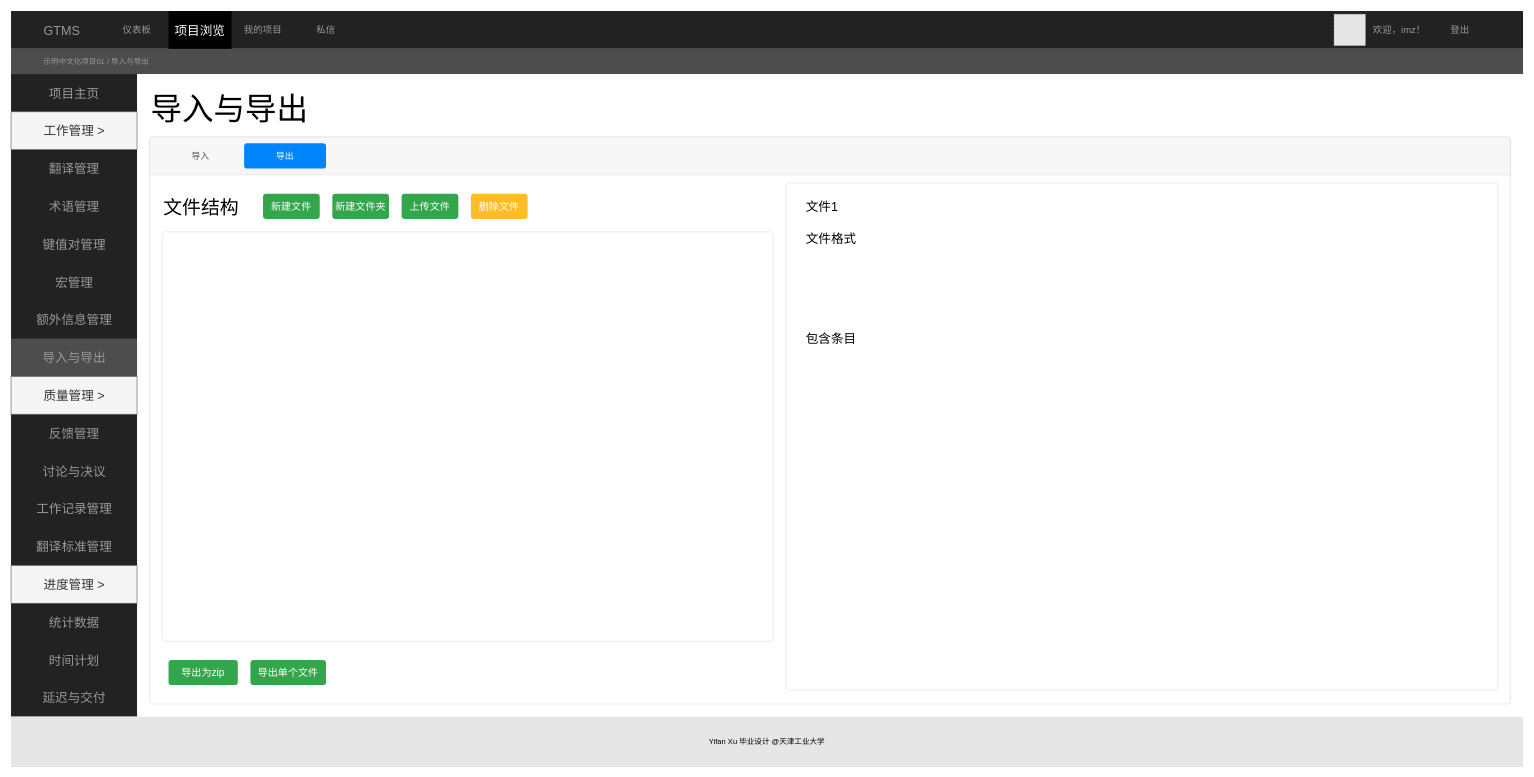
Above: 导入与导出界面.drawio in icemeowzhi/bach_final_diags (draw.io), before the change. Source tidied: cells renumbered, new cells numbered last; positions are measured from the earlier drawing's top-left corner, leaving out a move shared by most shapes. Both pictures are drawn from the tidied source at 63%, with x=0, y=0 at pixel (11, 11). Pictures stored in the file or linked from it are replaced by grey dashed boxes.
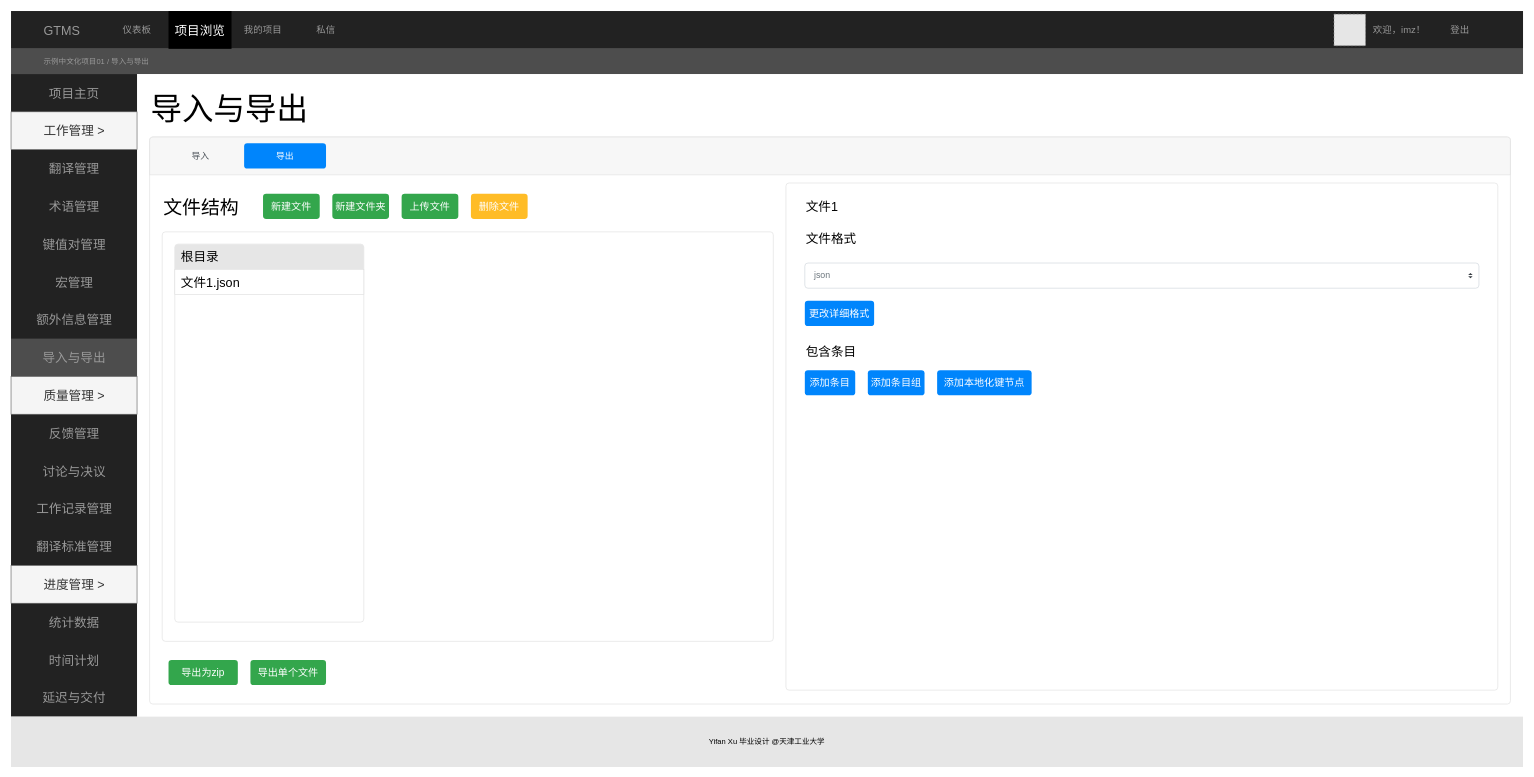
Above is the later version.

Commit message:
更新导入与导出界面.drawio

Unchanged cells that the change refers to:
```xml
<mxCell id="33" style="html=1;shadow=0;dashed=0;shape=mxgraph.bootstrap.rrect;rSize=5;strokeColor=#DFDFDF;html=1;whiteSpace=wrap;fillColor=#FFFFFF;fontColor=#000000;" parent="1" vertex="1">
  <mxGeometry x="220" y="200" width="2160" height="900" as="geometry" />
</mxCell>
```

The edit, as a diff of the source:
```diff
@@
     <mxCell id="48" value="包含条目" style="text;html=1;align=left;verticalAlign=middle;strokeColor=none;fillColor=none;fontSize=20;" parent="33" vertex="1">
-      <mxGeometry x="1040" y="300" width="100" height="40" as="geometry" />
+      <mxGeometry x="1040" y="320" width="100" height="40" as="geometry" />
     </mxCell>
+    <mxCell id="49" value="json" style="html=1;shadow=0;dashed=0;shape=mxgraph.bootstrap.rrect;rSize=5;fillColor=#ffffff;strokeColor=#CED4DA;align=left;spacing=15;fontSize=14;fontColor=#6C767D;" parent="33" vertex="1">
+      <mxGeometry x="1040" y="200" width="1070" height="40" as="geometry" />
+    </mxCell>
+    <mxCell id="50" style="shape=triangle;direction=south;fillColor=#343A40;strokeColor=none;perimeter=none;" parent="49" vertex="1">
+      <mxGeometry x="1" y="0.5" width="7" height="3" relative="1" as="geometry">
+        <mxPoint x="-17" y="1" as="offset" />
+      </mxGeometry>
+    </mxCell>
+    <mxCell id="51" style="shape=triangle;direction=north;fillColor=#343A40;strokeColor=none;perimeter=none;" parent="49" vertex="1">
+      <mxGeometry x="1" y="0.5" width="7" height="3" relative="1" as="geometry">
+        <mxPoint x="-17" y="-4" as="offset" />
+      </mxGeometry>
+    </mxCell>
+    <mxCell id="52" value="更改详细格式" style="html=1;shadow=0;dashed=0;shape=mxgraph.bootstrap.rrect;rSize=5;strokeColor=none;strokeWidth=1;fillColor=#0085FC;fontColor=#FFFFFF;whiteSpace=wrap;align=center;verticalAlign=middle;spacingLeft=0;fontStyle=0;fontSize=16;spacing=5;" parent="33" vertex="1">
+      <mxGeometry x="1040" y="260" width="110" height="40" as="geometry" />
+    </mxCell>
+    <mxCell id="53" value="添加条目" style="html=1;shadow=0;dashed=0;shape=mxgraph.bootstrap.rrect;rSize=5;strokeColor=none;strokeWidth=1;fillColor=#0085FC;fontColor=#FFFFFF;whiteSpace=wrap;align=center;verticalAlign=middle;spacingLeft=0;fontStyle=0;fontSize=16;spacing=5;" parent="33" vertex="1">
+      <mxGeometry x="1040" y="370" width="80" height="40" as="geometry" />
+    </mxCell>
+    <mxCell id="54" value="添加条目组" style="html=1;shadow=0;dashed=0;shape=mxgraph.bootstrap.rrect;rSize=5;strokeColor=none;strokeWidth=1;fillColor=#0085FC;fontColor=#FFFFFF;whiteSpace=wrap;align=center;verticalAlign=middle;spacingLeft=0;fontStyle=0;fontSize=16;spacing=5;" parent="33" vertex="1">
+      <mxGeometry x="1140" y="370" width="90" height="40" as="geometry" />
+    </mxCell>
+    <mxCell id="55" value="添加本地化键节点" style="html=1;shadow=0;dashed=0;shape=mxgraph.bootstrap.rrect;rSize=5;strokeColor=none;strokeWidth=1;fillColor=#0085FC;fontColor=#FFFFFF;whiteSpace=wrap;align=center;verticalAlign=middle;spacingLeft=0;fontStyle=0;fontSize=16;spacing=5;" parent="33" vertex="1">
+      <mxGeometry x="1250" y="370" width="150" height="40" as="geometry" />
+    </mxCell>
+    <mxCell id="56" style="html=1;shadow=0;dashed=0;shape=mxgraph.bootstrap.rrect;rSize=5;strokeColor=#DFDFDF;html=1;whiteSpace=wrap;fillColor=#FFFFFF;fontColor=#000000;" parent="33" vertex="1">
+      <mxGeometry x="40" y="170" width="300" height="600" as="geometry" />
+    </mxCell>
+    <mxCell id="57" value="根目录" style="strokeColor=none;fillColor=#E6E6E6;html=1;shadow=0;dashed=0;shape=mxgraph.bootstrap.topButton;rSize=5;perimeter=none;whiteSpace=wrap;align=left;spacing=10;fontSize=20;" parent="56" vertex="1">
+      <mxGeometry width="300" height="40" relative="1" as="geometry" />
+    </mxCell>
+    <mxCell id="58" value="文件1.json" style="strokeColor=inherit;fillColor=inherit;gradientColor=inherit;fontColor=inherit;html=1;shadow=0;dashed=0;perimeter=none;whiteSpace=wrap;align=left;spacing=10;fontSize=20;" parent="56" vertex="1">
+      <mxGeometry width="300" height="40" relative="1" as="geometry">
+        <mxPoint y="40" as="offset" />
+      </mxGeometry>
+    </mxCell>
```
